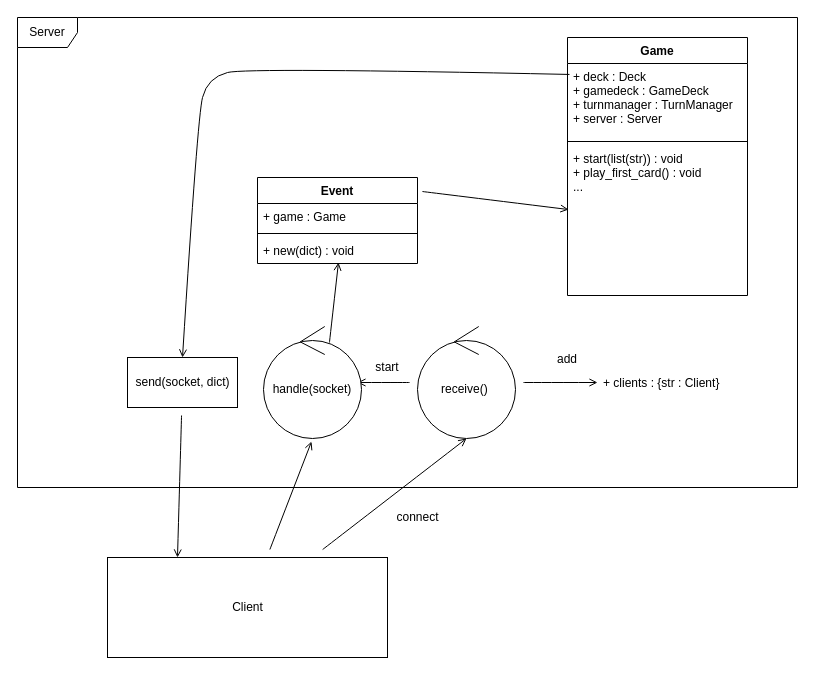
Earlier version of the draw.io diagram page "server" (3 of 5) of cardgame.drawio (juhor00/Cardgame). Source tidied: cells renumbered, new cells numbered last; positions are measured from the earlier drawing's top-left corner, leaving out a move shared by most shapes. Both pictures are drawn from the tidied source at 100%, with x=0, y=0 at pixel (17, 17).
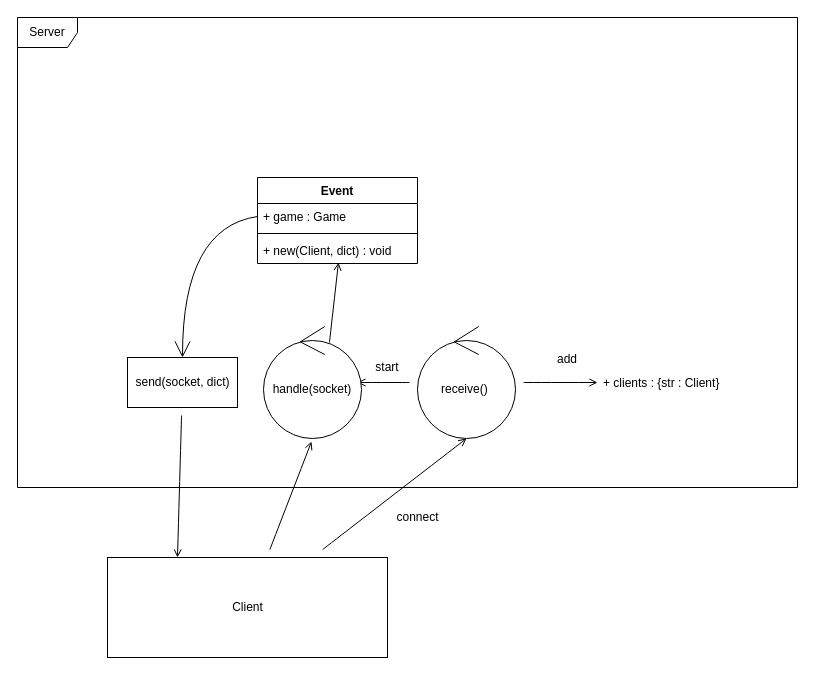
The same diagram, later.

Commit message (it also covers changes not shown here):
Created event.py to server side to handle all player events. server.py is now more generic. Fixed a game starting issue.

The change refers to these unchanged cells:
```xml
<mxCell id="18" value="send(socket, dict)" style="html=1;hachureGap=4;" parent="1" vertex="1">
  <mxGeometry x="110" y="340" width="110" height="50" as="geometry" />
</mxCell>
<mxCell id="22" value="Event" style="swimlane;fontStyle=1;align=center;verticalAlign=top;horizontal=1;startSize=26;hachureGap=4;" parent="1" vertex="1">
  <mxGeometry x="240" y="160" width="160" height="86" as="geometry" />
</mxCell>
<mxCell id="23" value="+ game : Game" style="text;strokeColor=none;fillColor=none;align=left;verticalAlign=top;spacingLeft=4;spacingRight=4;overflow=hidden;points=[[0,0.5],[1,0.5]];portConstraint=eastwest;" parent="22" vertex="1">
  <mxGeometry y="26" width="160" height="26" as="geometry" />
</mxCell>
```

Change to the diagram source:
```diff
@@
-    <mxCell id="3" style="edgeStyle=none;curved=1;rounded=0;jettySize=auto;html=1;entryX=0.5;entryY=0;entryDx=0;entryDy=0;startArrow=none;startFill=0;endArrow=open;sourcePerimeterSpacing=8;targetPerimeterSpacing=8;exitX=0.011;exitY=0.148;exitDx=0;exitDy=0;exitPerimeter=0;" parent="1" edge="1" source="5" target="18">
-      <mxGeometry relative="1" as="geometry">
-        <Array as="points">
-          <mxPoint x="230" y="50" />
-          <mxPoint x="190" y="60" />
-          <mxPoint x="180" y="100" />
-        </Array>
-      </mxGeometry>
-    </mxCell>
-    <mxCell id="4" value="Game" style="swimlane;fontStyle=1;align=center;verticalAlign=top;horizontal=1;startSize=26;hachureGap=4;" parent="1" vertex="1">
-      <mxGeometry x="550" y="20" width="180" height="258" as="geometry" />
-    </mxCell>
-    <mxCell id="5" value="+ deck : Deck&#10;+ gamedeck : GameDeck&#10;+ turnmanager : TurnManager&#10;+ server : Server" style="text;strokeColor=none;fillColor=none;align=left;verticalAlign=top;spacingLeft=4;spacingRight=4;overflow=hidden;points=[[0,0.5],[1,0.5]];portConstraint=eastwest;" parent="4" vertex="1">
-      <mxGeometry y="26" width="180" height="74" as="geometry" />
-    </mxCell>
-    <mxCell id="6" style="line;strokeWidth=1;fillColor=none;align=left;verticalAlign=middle;spacingTop=-1;spacingLeft=3;spacingRight=3;labelPosition=right;" parent="4" vertex="1">
-      <mxGeometry y="100" width="180" height="8" as="geometry" />
-    </mxCell>
-    <mxCell id="7" value="+ start(list(str)) : void&#10;+ play_first_card() : void&#10;..." style="text;strokeColor=none;fillColor=none;align=left;verticalAlign=top;spacingLeft=4;spacingRight=4;overflow=hidden;points=[[0,0.5],[1,0.5]];portConstraint=eastwest;" parent="4" vertex="1">
-      <mxGeometry y="108" width="180" height="150" as="geometry" />
-    </mxCell>
@@
-    <mxCell id="21" style="edgeStyle=none;curved=1;rounded=0;jettySize=auto;html=1;entryX=0.006;entryY=0.427;entryDx=0;entryDy=0;entryPerimeter=0;startArrow=none;startFill=0;endArrow=open;sourcePerimeterSpacing=8;targetPerimeterSpacing=8;exitX=1.031;exitY=0.163;exitDx=0;exitDy=0;exitPerimeter=0;" parent="1" edge="1" source="22" target="7">
-      <mxGeometry relative="1" as="geometry" />
-    </mxCell>
+    <mxCell id="27" style="edgeStyle=none;curved=1;rounded=0;jettySize=auto;html=1;entryX=0.5;entryY=0;entryDx=0;entryDy=0;endArrow=open;startSize=14;endSize=14;sourcePerimeterSpacing=8;targetPerimeterSpacing=8;exitX=0;exitY=0.5;exitDx=0;exitDy=0;" parent="1" edge="1" source="23" target="18">
+      <mxGeometry relative="1" as="geometry">
+        <Array as="points">
+          <mxPoint x="165" y="210" />
+        </Array>
+      </mxGeometry>
+    </mxCell>
@@
-    <mxCell id="25" value="+ new(dict) : void" style="text;strokeColor=none;fillColor=none;align=left;verticalAlign=top;spacingLeft=4;spacingRight=4;overflow=hidden;points=[[0,0.5],[1,0.5]];portConstraint=eastwest;" parent="22" vertex="1">
+    <mxCell id="25" value="+ new(Client, dict) : void" style="text;strokeColor=none;fillColor=none;align=left;verticalAlign=top;spacingLeft=4;spacingRight=4;overflow=hidden;points=[[0,0.5],[1,0.5]];portConstraint=eastwest;" parent="22" vertex="1">
       <mxGeometry y="60" width="160" height="26" as="geometry" />
     </mxCell>
```
